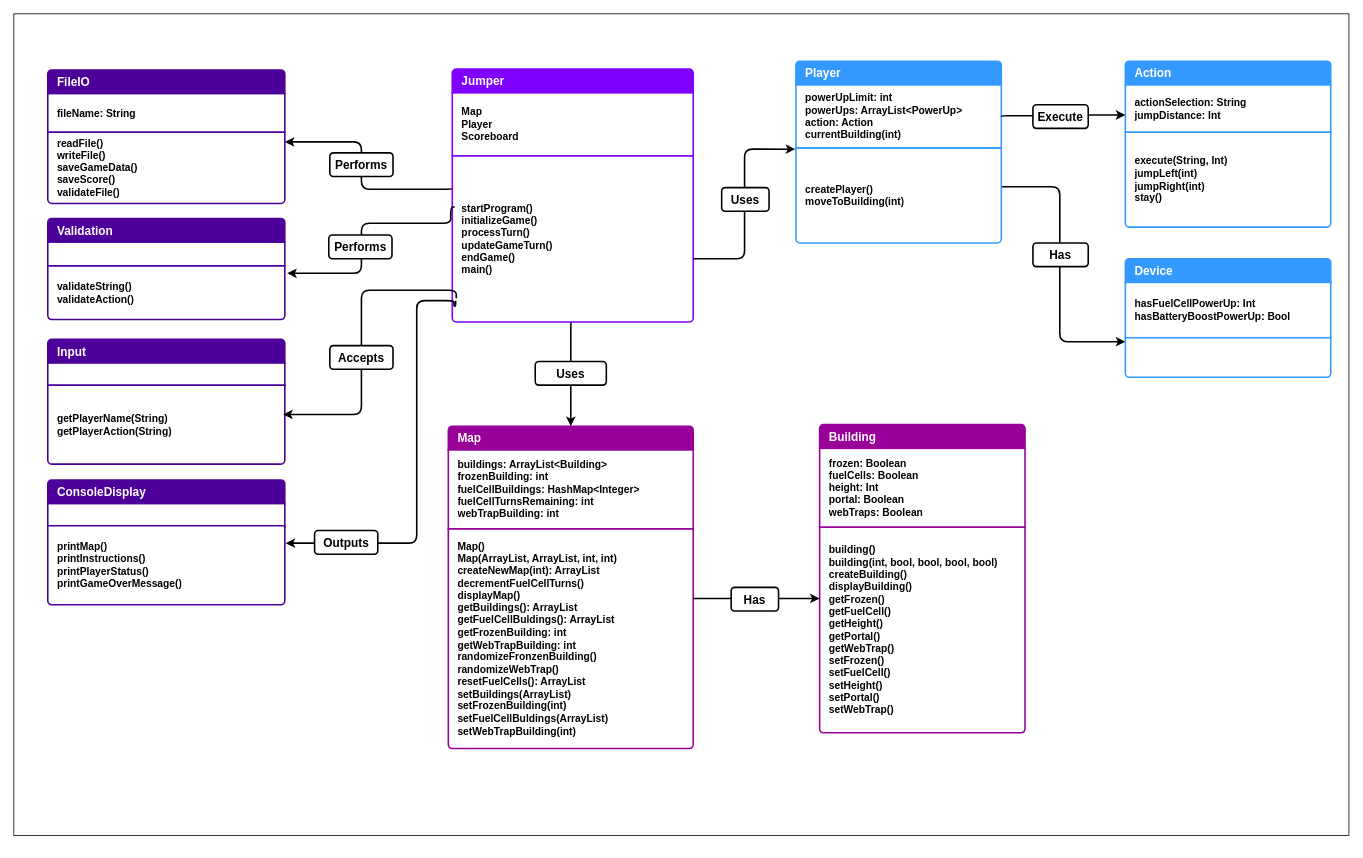
The draw.io diagram Java Programming/Assignment Java Jumper/doc/ClassDiagram.drawio in ByteToBits/CompScience, before the edit. Source tidied: cells renumbered, new cells numbered last; positions are measured from the earlier drawing's top-left corner, leaving out a move shared by most shapes. Both pictures are drawn from the tidied source at 79%, with x=0, y=0 at pixel (13, 13).
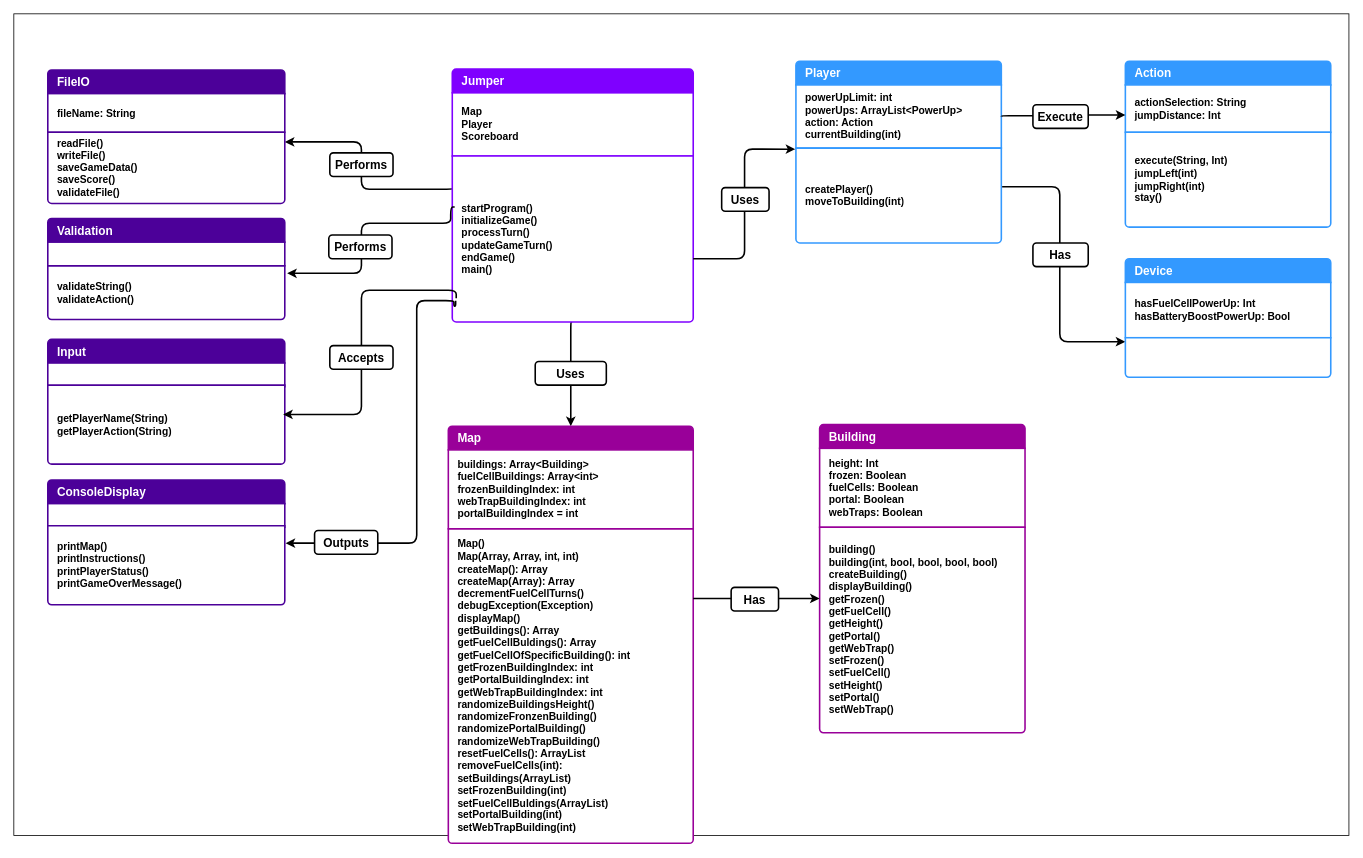
After the change.

The change refers to these unchanged cells:
```xml
<mxCell id="18" style="swimlane;fontStyle=1;horizontal=1;startSize=0;whiteSpace=wrap;html=1;strokeColor=none;fillColor=none;strokeWidth=2;labelPadding=0;labelBorderColor=none;fontSize=13;shadow=0;perimeterSpacing=0;swimlaneLine=0;" parent="1" vertex="1">
  <mxGeometry x="550" y="522" width="310" height="130" as="geometry" />
</mxCell>
<mxCell id="21" style="swimlane;fontStyle=1;horizontal=1;startSize=0;whiteSpace=wrap;html=1;strokeColor=none;fillColor=none;strokeWidth=2;labelPadding=0;labelBorderColor=none;fontSize=13;shadow=0;perimeterSpacing=0;swimlaneLine=0;" parent="1" vertex="1">
  <mxGeometry x="1020" y="520" width="260" height="390" as="geometry" />
</mxCell>
```

Change to the diagram source:
```diff
@@
-    <mxCell id="20" value="&lt;div&gt;buildings: ArrayList&amp;lt;Building&amp;gt;&lt;br&gt;frozenBuilding: int&lt;br&gt;fuelCellBuildings: HashMap&amp;lt;Integer&amp;gt;&lt;br&gt;fuelCellTurnsRemaining: int&lt;br&gt;webTrapBuilding: int&lt;br&gt;&lt;/div&gt;" style="text;strokeColor=#990099;fillColor=#FFFFFF;align=left;verticalAlign=middle;spacingLeft=10;spacingRight=10;overflow=hidden;whiteSpace=wrap;html=1;rSize=5;fontColor=#000000;strokeWidth=2;labelPadding=0;labelBorderColor=none;fontSize=13;fontStyle=1;shadow=0;perimeterSpacing=0;swimlaneLine=0;" parent="18" vertex="1">
+    <mxCell id="20" value="&lt;div&gt;buildings: Array&amp;lt;Building&amp;gt;&lt;br&gt;fuelCellBuildings: Array&amp;lt;int&amp;gt;&lt;/div&gt;&lt;div&gt;frozenBuildingIndex: int&lt;br&gt;webTrapBuildingIndex: int&lt;/div&gt;&lt;div&gt;portalBuildingIndex = int&lt;/div&gt;" style="text;strokeColor=#990099;fillColor=#FFFFFF;align=left;verticalAlign=middle;spacingLeft=10;spacingRight=10;overflow=hidden;whiteSpace=wrap;html=1;rSize=5;fontColor=#000000;strokeWidth=2;labelPadding=0;labelBorderColor=none;fontSize=13;fontStyle=1;shadow=0;perimeterSpacing=0;swimlaneLine=0;" parent="18" vertex="1">
       <mxGeometry y="30" width="310" height="100" as="geometry" />
     </mxCell>
@@
-    <mxCell id="23" value="frozen: Boolean&lt;br&gt;fuelCells: Boolean&lt;br&gt;height: Int&lt;br&gt;portal: Boolean&lt;br&gt;webTraps: Boolean" style="text;strokeColor=#990099;fillColor=#FFFFFF;align=left;verticalAlign=middle;spacingLeft=10;spacingRight=10;overflow=hidden;whiteSpace=wrap;html=1;rSize=5;fontColor=#000000;strokeWidth=2;labelPadding=0;labelBorderColor=none;fontSize=13;fontStyle=1;shadow=0;perimeterSpacing=0;swimlaneLine=0;" parent="21" vertex="1">
+    <mxCell id="23" value="height: Int&lt;div&gt;frozen: Boolean&lt;br&gt;fuelCells: Boolean&lt;br&gt;portal: Boolean&lt;br&gt;webTraps: Boolean&lt;/div&gt;" style="text;strokeColor=#990099;fillColor=#FFFFFF;align=left;verticalAlign=middle;spacingLeft=10;spacingRight=10;overflow=hidden;whiteSpace=wrap;html=1;rSize=5;fontColor=#000000;strokeWidth=2;labelPadding=0;labelBorderColor=none;fontSize=13;fontStyle=1;shadow=0;perimeterSpacing=0;swimlaneLine=0;" parent="21" vertex="1">
       <mxGeometry y="30" width="260" height="100" as="geometry" />
     </mxCell>
@@
-    <mxCell id="30" value="&lt;div&gt;Map()&lt;br&gt;Map(ArrayList, ArrayList, int, int)&lt;br&gt;createNewMap(int): ArrayList&lt;br&gt;decrementFuelCellTurns()&lt;br&gt;displayMap()&lt;br&gt;getBuildings(): ArrayList&lt;br&gt;getFuelCellBuldings(): ArrayList&lt;br&gt;getFrozenBuilding: int&lt;br&gt;getWebTrapBuilding: int&lt;br&gt;randomizeFronzenBuilding()&lt;br&gt;randomizeWebTrap()&lt;br&gt;resetFuelCells(): ArrayList&lt;br&gt;setBuildings(ArrayList)&lt;br&gt;setFrozenBuilding(int)&lt;br&gt;setFuelCellBuldings(ArrayList)&lt;br&gt;setWebTrapBuilding(int)&lt;br&gt;&lt;/div&gt;" style="text;strokeColor=#990099;fillColor=#FFFFFF;align=left;verticalAlign=middle;spacingLeft=10;spacingRight=10;overflow=hidden;whiteSpace=wrap;html=1;shape=mxgraph.bootstrap.bottomButton;rSize=5;fontColor=#000000;strokeWidth=2;labelPadding=0;labelBorderColor=none;fontSize=13;fontStyle=1;shadow=0;perimeterSpacing=0;swimlaneLine=0;" parent="1" vertex="1">
-      <mxGeometry x="550" y="652" width="310" height="278" as="geometry" />
+    <mxCell id="30" value="&lt;div&gt;Map()&lt;br&gt;Map(Array, Array, int, int)&lt;br&gt;createMap(): Array&lt;/div&gt;&lt;div&gt;createMap(&lt;span style=&quot;background-color: initial;&quot;&gt;Array&lt;/span&gt;&lt;span style=&quot;background-color: initial;&quot;&gt;): Array&lt;/span&gt;&lt;/div&gt;&lt;div&gt;decrementFuelCellTurns()&lt;/div&gt;&lt;div&gt;debugException(Exception)&lt;br&gt;displayMap()&lt;/div&gt;&lt;div&gt;getBuildings(): Array&lt;br&gt;getFuelCellBuldings(): Array&lt;/div&gt;&lt;div&gt;getFuelCellOfSpecificBuilding(): int&lt;br&gt;getFrozenBuildingIndex: int&lt;/div&gt;&lt;div&gt;getPortalBuildingIndex: int&lt;br&gt;getWebTrapBuildingIndex: int&lt;/div&gt;&lt;div&gt;randomizeBuildingsHeight()&lt;br&gt;randomizeFronzenBuilding()&lt;/div&gt;&lt;div&gt;randomizePortalBuilding()&lt;br&gt;randomizeWebTrapBuilding()&lt;br&gt;resetFuelCells(): ArrayList&lt;/div&gt;&lt;div&gt;removeFuelCells(int):&lt;br&gt;setBuildings(ArrayList)&lt;br&gt;setFrozenBuilding(int)&lt;br&gt;setFuelCellBuldings(ArrayList)&lt;/div&gt;&lt;div&gt;setPortalBuilding(int)&lt;br&gt;setWebTrapBuilding(int)&lt;br&gt;&lt;/div&gt;" style="text;strokeColor=#990099;fillColor=#FFFFFF;align=left;verticalAlign=middle;spacingLeft=10;spacingRight=10;overflow=hidden;whiteSpace=wrap;html=1;shape=mxgraph.bootstrap.bottomButton;rSize=5;fontColor=#000000;strokeWidth=2;labelPadding=0;labelBorderColor=none;fontSize=13;fontStyle=1;shadow=0;perimeterSpacing=0;swimlaneLine=0;" parent="1" vertex="1">
+      <mxGeometry x="550" y="652" width="310" height="398" as="geometry" />
     </mxCell>
```
